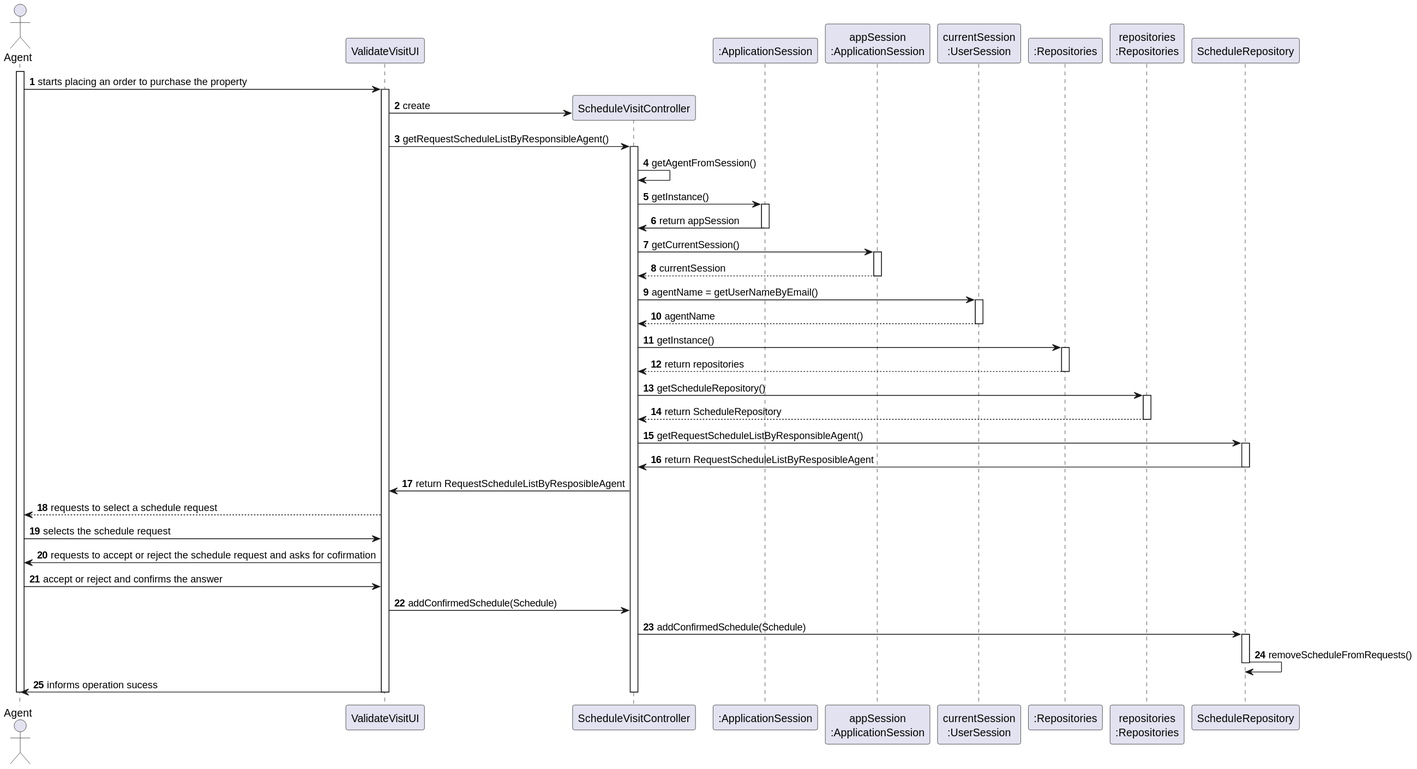
tiagohcorreia/LAPR2 keeps this PlantUML diagram as docs/sprintD/US016/03.design/svg/SD.svg. Above is the earlier version.
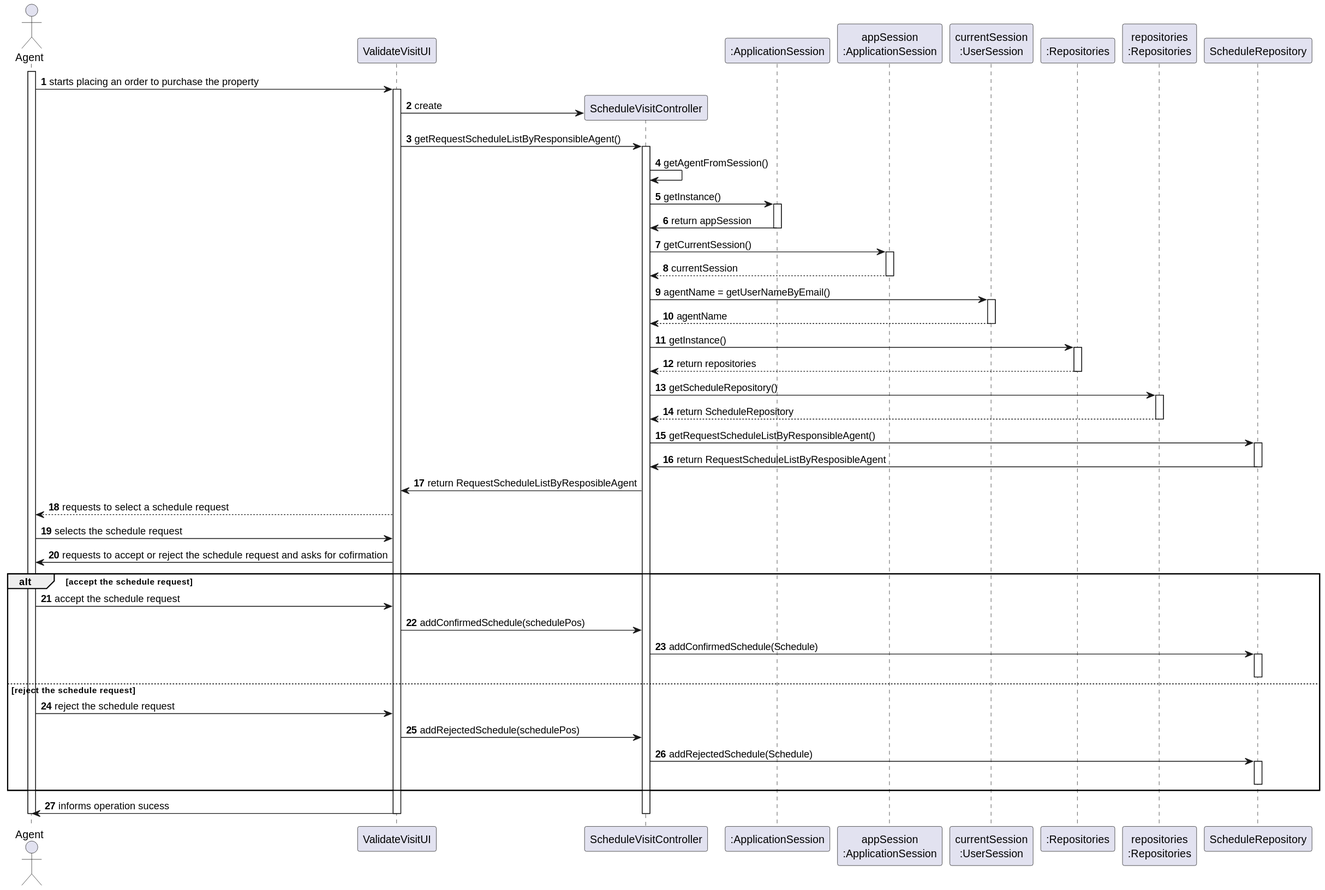
After the change.

Change to the diagram source:
```diff
@@ -61,14 +61,31 @@
 agent -> ui: selects the schedule request
 
 ui-> agent: requests to accept or reject the schedule request and asks for cofirmation
-agent-> ui: accept or reject and confirms the answer
 
-ui -> ctr: addConfirmedSchedule(Schedule)
+alt accept the schedule request
 
-ctr -> ScheduleRepository: addConfirmedSchedule(Schedule)
-activate ScheduleRepository
-ScheduleRepository-> ScheduleRepository: removeScheduleFromRequests()
-deactivate ScheduleRepository
+    agent-> ui: accept the schedule request
+
+    ui -> ctr: addConfirmedSchedule(schedulePos)
+
+    ctr -> ScheduleRepository: addConfirmedSchedule(Schedule)
+    activate ScheduleRepository
+
+    deactivate ScheduleRepository
+
+else reject the schedule request
+
+    agent-> ui: reject the schedule request
+
+    ui -> ctr: addRejectedSchedule(schedulePos)
+
+    ctr -> ScheduleRepository: addRejectedSchedule(Schedule)
+    activate ScheduleRepository
+
+    deactivate ScheduleRepository
+
+end
+
 ui-> agent: informs operation sucess
 
 
```
